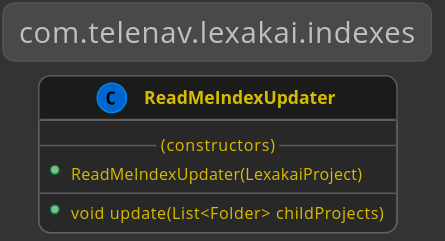
Above: documentation/diagrams/com.telenav.lexakai.indexes.svg in Telenav/lexakai (PlantUML), before the change. Its diagram source:
```plantuml
@startuml

    !include ../lexakai/lexakai.theme

    title "com.telenav.lexakai.indexes"

    class ReadMeIndexUpdater
    {
        --(constructors)--
        +ReadMeIndexUpdater(LexakaiProject)
        --
        +void update(List<Folder> childProjects)
    }

@enduml
```
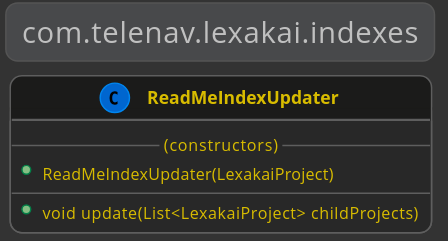
The same diagram one commit later.

The edit, as a diff of the source:
```diff
@@ -9,7 +9,7 @@
         --(constructors)--
         +ReadMeIndexUpdater(LexakaiProject)
         --
-        +void update(List<Folder> childProjects)
+        +void update(List<LexakaiProject> childProjects)
     }
 
 @enduml
```
